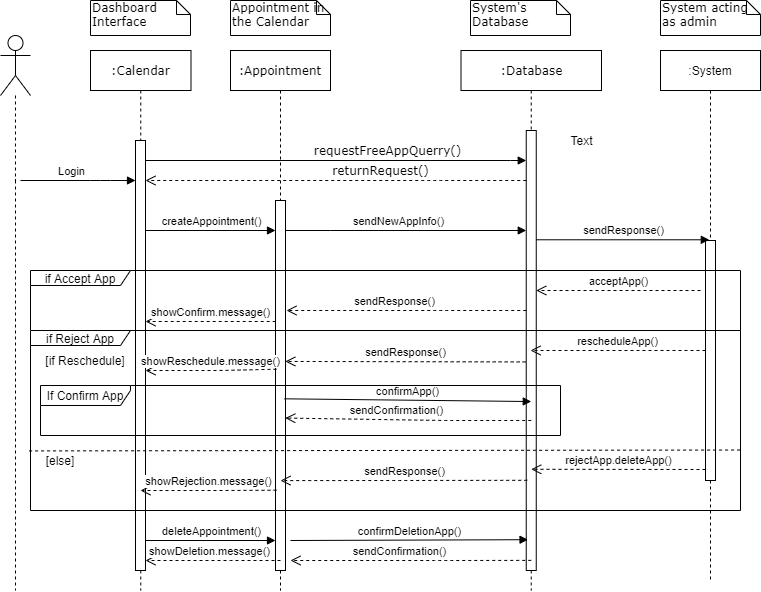
Above: Diagrams/Sequence Diagrams/SEQ_04-5-6-7-8-9_Create Approve Reject Reschedule Delete Appointment.png in kkasharaj17/SE-project (draw.io), before the change. Source tidied: cells renumbered, new cells last; positions are measured from the earlier drawing's top-left corner, leaving out a move shared by most shapes.
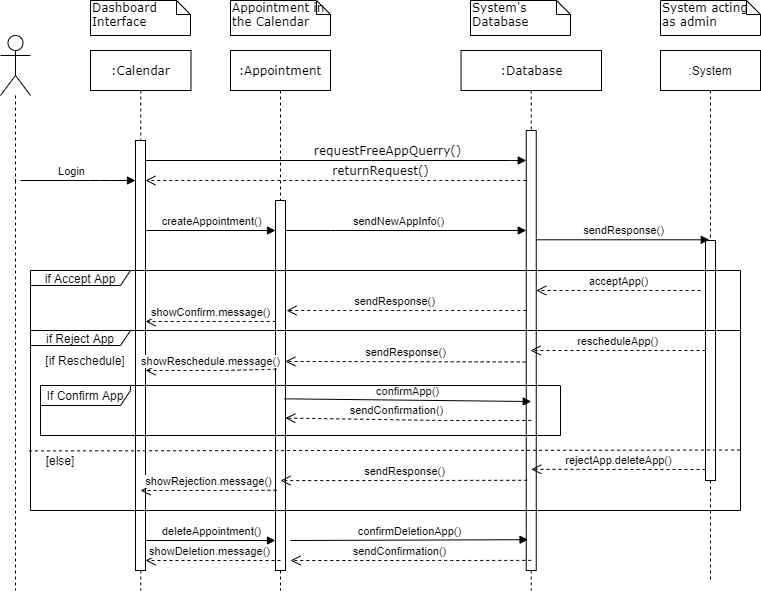
Later version of the same file.

What changed in the source:
```diff
@@ -17,9 +17,6 @@
     <mxCell id="6" value=":Calendar" style="shape=umlLifeline;perimeter=lifelinePerimeter;whiteSpace=wrap;html=1;rounded=0;shadow=0;comic=0;labelBackgroundColor=none;strokeWidth=1;fontFamily=Verdana;fontSize=12;align=center;glass=0;" parent="4" vertex="1">
       <mxGeometry x="-370.5" width="100.5" height="540" as="geometry" />
     </mxCell>
-    <mxCell id="7" value="Text" style="text;html=1;align=center;verticalAlign=middle;" parent="4" vertex="1">
-      <mxGeometry x="100.5" y="80" width="40" height="20" as="geometry" />
-    </mxCell>
     <mxCell id="8" value="requestFreeAppQuerry()" style="html=1;verticalAlign=bottom;endArrow=block;labelBackgroundColor=none;fontFamily=Verdana;fontSize=12;edgeStyle=elbowEdgeStyle;elbow=vertical;" parent="1" edge="1" target="5">
       <mxGeometry x="0.27" relative="1" as="geometry">
         <mxPoint x="145" y="160" as="sourcePoint" />
```
